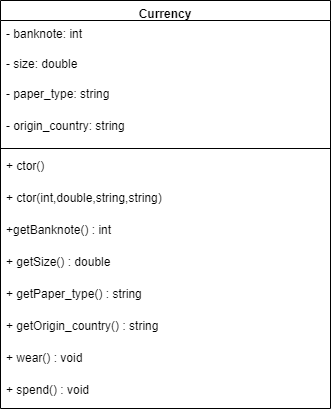
The draw.io diagram Untitled Diagram.drawio.png in alice29shevchuk/uml, before a commit. Source tidied: cells renumbered, new cells last; positions are measured from the earlier drawing's top-left corner, leaving out a move shared by most shapes.
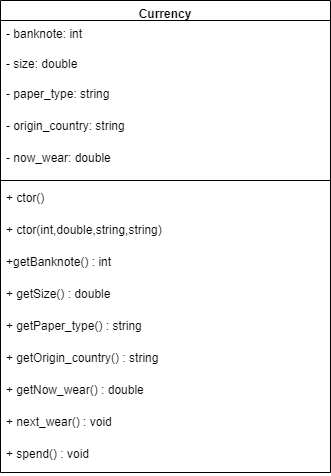
After the change.

The edit, as a diff of the source:
```diff
@@ -3,7 +3,7 @@
     <mxCell id="0" />
     <mxCell id="1" parent="0" />
     <mxCell id="2" value="Currency" style="swimlane;fontStyle=1;align=center;verticalAlign=top;horizontal=1;startSize=20;" parent="1" vertex="1">
-      <mxGeometry width="330" height="408" as="geometry" />
+      <mxGeometry width="330" height="472" as="geometry" />
     </mxCell>
     <mxCell id="3" value="- banknote: int" style="text;strokeColor=none;fillColor=none;align=left;verticalAlign=top;spacingLeft=4;spacingRight=4;overflow=hidden;" parent="2" vertex="1">
       <mxGeometry y="20" width="330" height="30" as="geometry" />
@@ -17,32 +17,38 @@
     <mxCell id="6" value="- origin_country: string" style="text;strokeColor=none;fillColor=none;align=left;verticalAlign=top;spacingLeft=4;spacingRight=4;overflow=hidden;" parent="2" vertex="1">
       <mxGeometry y="112" width="330" height="32" as="geometry" />
     </mxCell>
+    <mxCell id="16" value="- now_wear: double" style="text;strokeColor=none;fillColor=none;align=left;verticalAlign=top;spacingLeft=4;spacingRight=4;overflow=hidden;" parent="2" vertex="1">
+      <mxGeometry y="144" width="330" height="32" as="geometry" />
+    </mxCell>
     <mxCell id="7" style="line;strokeWidth=1;fillColor=none;align=left;verticalAlign=middle;spacingTop=-1;spacingLeft=3;spacingRight=3;labelPosition=right;" parent="2" vertex="1">
-      <mxGeometry y="144" width="330" height="8" as="geometry" />
+      <mxGeometry y="176" width="330" height="8" as="geometry" />
     </mxCell>
     <mxCell id="8" value="+ ctor()" style="text;strokeColor=none;fillColor=none;align=left;verticalAlign=top;spacingLeft=4;spacingRight=4;overflow=hidden;" parent="2" vertex="1">
-      <mxGeometry y="152" width="330" height="32" as="geometry" />
+      <mxGeometry y="184" width="330" height="32" as="geometry" />
     </mxCell>
     <mxCell id="9" value="+ ctor(int,double,string,string)" style="text;strokeColor=none;fillColor=none;align=left;verticalAlign=top;spacingLeft=4;spacingRight=4;overflow=hidden;" parent="2" vertex="1">
-      <mxGeometry y="184" width="330" height="32" as="geometry" />
+      <mxGeometry y="216" width="330" height="32" as="geometry" />
     </mxCell>
     <mxCell id="10" value="+getBanknote() : int" style="text;strokeColor=none;fillColor=none;align=left;verticalAlign=top;spacingLeft=4;spacingRight=4;overflow=hidden;" parent="2" vertex="1">
-      <mxGeometry y="216" width="330" height="32" as="geometry" />
+      <mxGeometry y="248" width="330" height="32" as="geometry" />
     </mxCell>
     <mxCell id="11" value="+ getSize() : double" style="text;strokeColor=none;fillColor=none;align=left;verticalAlign=top;spacingLeft=4;spacingRight=4;overflow=hidden;" parent="2" vertex="1">
-      <mxGeometry y="248" width="330" height="32" as="geometry" />
+      <mxGeometry y="280" width="330" height="32" as="geometry" />
     </mxCell>
     <mxCell id="12" value="+ getPaper_type() : string" style="text;strokeColor=none;fillColor=none;align=left;verticalAlign=top;spacingLeft=4;spacingRight=4;overflow=hidden;" parent="2" vertex="1">
-      <mxGeometry y="280" width="330" height="32" as="geometry" />
+      <mxGeometry y="312" width="330" height="32" as="geometry" />
     </mxCell>
     <mxCell id="13" value="+ getOrigin_country() : string" style="text;strokeColor=none;fillColor=none;align=left;verticalAlign=top;spacingLeft=4;spacingRight=4;overflow=hidden;" parent="2" vertex="1">
-      <mxGeometry y="312" width="330" height="32" as="geometry" />
+      <mxGeometry y="344" width="330" height="32" as="geometry" />
     </mxCell>
+    <mxCell id="17" value="+ getNow_wear() : double" style="text;strokeColor=none;fillColor=none;align=left;verticalAlign=top;spacingLeft=4;spacingRight=4;overflow=hidden;" parent="2" vertex="1">
+      <mxGeometry y="376" width="330" height="32" as="geometry" />
+    </mxCell>
-    <mxCell id="14" value="+ wear() : void" style="text;strokeColor=none;fillColor=none;align=left;verticalAlign=top;spacingLeft=4;spacingRight=4;overflow=hidden;" parent="2" vertex="1">
-      <mxGeometry y="344" width="330" height="32" as="geometry" />
+    <mxCell id="14" value="+ next_wear() : void" style="text;strokeColor=none;fillColor=none;align=left;verticalAlign=top;spacingLeft=4;spacingRight=4;overflow=hidden;" parent="2" vertex="1">
+      <mxGeometry y="408" width="330" height="32" as="geometry" />
     </mxCell>
     <mxCell id="15" value="+ spend() : void" style="text;strokeColor=none;fillColor=none;align=left;verticalAlign=top;spacingLeft=4;spacingRight=4;overflow=hidden;" parent="2" vertex="1">
-      <mxGeometry y="376" width="330" height="32" as="geometry" />
+      <mxGeometry y="440" width="330" height="32" as="geometry" />
     </mxCell>
   </root>
 </mxGraphModel>
```
